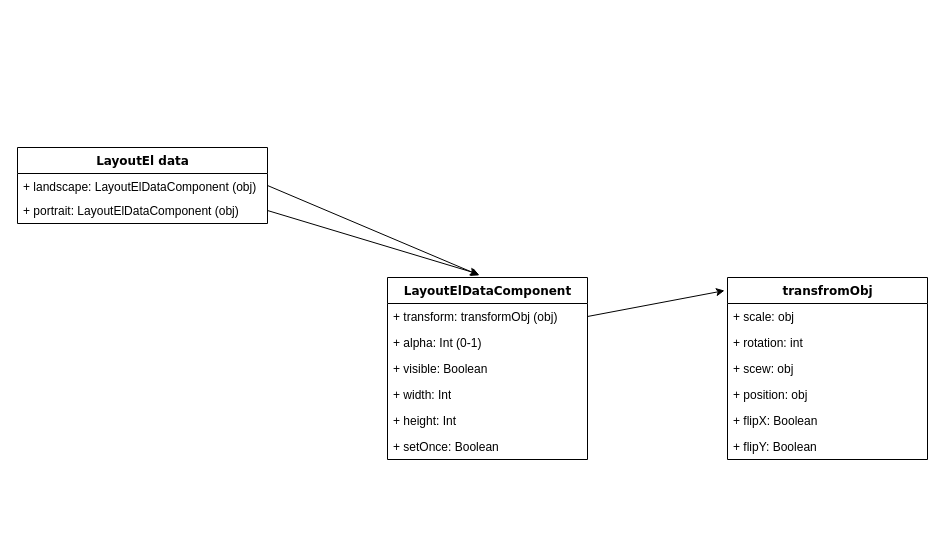
Before: Transform data save format.drawio in MatthewKarpenko/LayoutEditor-diagrams, a draw.io diagram. Source tidied: cells renumbered, new cells numbered last; positions are measured from the earlier drawing's top-left corner, leaving out a move shared by most shapes. Both pictures are drawn from the tidied source at 100%, with x=0, y=0 at pixel (17, 147).
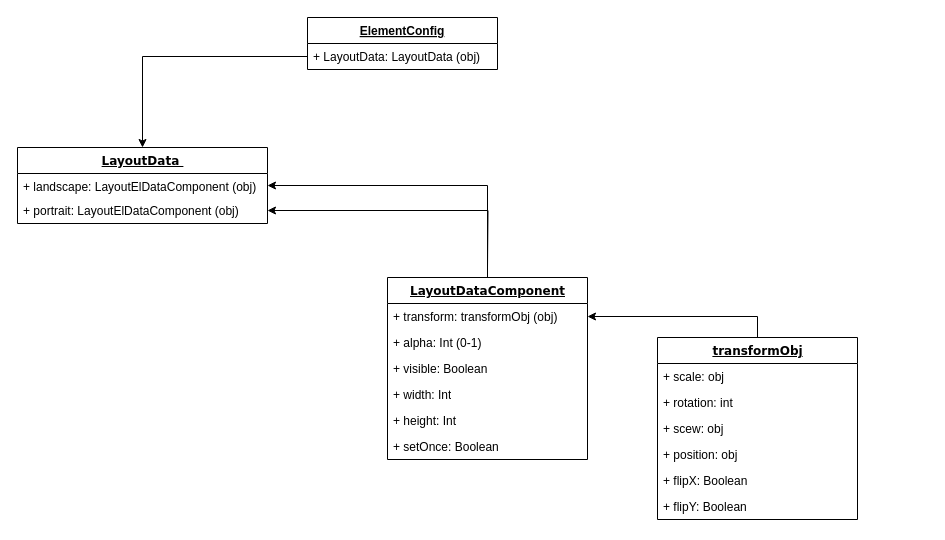
After the change.

Commit message:
tranform data save format notation corrections

Unchanged cells that the change refers to:
```xml
<mxCell id="3" value="+ landscape: LayoutElDataComponent (obj)" style="text;html=1;strokeColor=none;fillColor=none;align=left;verticalAlign=top;spacingLeft=4;spacingRight=4;whiteSpace=wrap;overflow=hidden;points=[[0,0.5],[1,0.5]];portConstraint=eastwest;" parent="2" vertex="1">
  <mxGeometry y="26" width="250" height="24" as="geometry" />
</mxCell>
<mxCell id="4" value="+ portrait: LayoutElDataComponent (obj)" style="text;html=1;strokeColor=none;fillColor=none;align=left;verticalAlign=top;spacingLeft=4;spacingRight=4;whiteSpace=wrap;overflow=hidden;points=[[0,0.5],[1,0.5]];portConstraint=eastwest;" parent="2" vertex="1">
  <mxGeometry y="50" width="250" height="26" as="geometry" />
</mxCell>
<mxCell id="6" value="+ transform: transformObj (obj)" style="text;html=1;strokeColor=none;fillColor=none;align=left;verticalAlign=top;spacingLeft=4;spacingRight=4;whiteSpace=wrap;overflow=hidden;points=[[0,0.5],[1,0.5]];portConstraint=eastwest;" parent="5" vertex="1">
  <mxGeometry y="26" width="200" height="26" as="geometry" />
</mxCell>
```

Change to the diagram source:
```diff
@@
-    <mxCell id="2" value="LayoutEl data" style="swimlane;html=1;fontStyle=1;align=center;verticalAlign=top;horizontal=1;startSize=26;swimlaneFillColor=#ffffff;rounded=0;shadow=0;comic=0;labelBackgroundColor=none;strokeWidth=1;fillColor=none;fontFamily=Verdana;fontSize=12;" parent="1" vertex="1">
+    <mxCell id="2" value="&lt;u&gt;LayoutData&amp;nbsp;&lt;/u&gt;" style="swimlane;html=1;fontStyle=1;align=center;verticalAlign=top;horizontal=1;startSize=26;swimlaneFillColor=#ffffff;rounded=0;shadow=0;comic=0;labelBackgroundColor=none;strokeWidth=1;fillColor=none;fontFamily=Verdana;fontSize=12;" parent="1" vertex="1">
       <mxGeometry width="250" height="76" as="geometry" />
     </mxCell>
@@
+    <mxCell id="22" style="edgeStyle=orthogonalEdgeStyle;rounded=0;jettySize=auto;html=1;exitX=0.5;exitY=0;exitDx=0;exitDy=0;entryX=1;entryY=0.5;entryDx=0;entryDy=0;" parent="1" edge="1" source="5" target="3">
+      <mxGeometry relative="1" as="geometry" />
+    </mxCell>
-    <mxCell id="5" value="LayoutElDataComponent" style="swimlane;html=1;fontStyle=1;align=center;verticalAlign=top;horizontal=1;startSize=26;swimlaneFillColor=#ffffff;rounded=0;shadow=0;comic=0;labelBackgroundColor=none;strokeWidth=1;fillColor=none;fontFamily=Verdana;fontSize=12;" parent="1" vertex="1">
+    <mxCell id="5" value="&lt;u&gt;LayoutDataComponent&lt;/u&gt;" style="swimlane;html=1;fontStyle=1;align=center;verticalAlign=top;horizontal=1;startSize=26;swimlaneFillColor=#ffffff;rounded=0;shadow=0;comic=0;labelBackgroundColor=none;strokeWidth=1;fillColor=none;fontFamily=Verdana;fontSize=12;" parent="1" vertex="1">
       <mxGeometry x="370" y="130" width="200" height="182" as="geometry" />
     </mxCell>
@@
-    <mxCell id="12" style="endArrow=classic;html=1;exitX=1;exitY=0.5;exitDx=0;exitDy=0;entryX=0.46;entryY=-0.012;entryDx=0;entryDy=0;entryPerimeter=0;" parent="1" edge="1" source="3" target="5">
-      <mxGeometry relative="1" as="geometry" />
-    </mxCell>
-    <mxCell id="13" style="endArrow=classic;html=1;exitX=1;exitY=0.5;exitDx=0;exitDy=0;entryX=0.455;entryY=-0.019;entryDx=0;entryDy=0;entryPerimeter=0;" parent="1" edge="1" source="4" target="5">
-      <mxGeometry relative="1" as="geometry" />
-    </mxCell>
+    <mxCell id="23" style="edgeStyle=orthogonalEdgeStyle;rounded=0;jettySize=auto;html=1;exitX=0.5;exitY=0;exitDx=0;exitDy=0;entryX=1;entryY=0.5;entryDx=0;entryDy=0;" parent="1" edge="1" source="14" target="6">
+      <mxGeometry relative="1" as="geometry" />
+    </mxCell>
-    <mxCell id="14" value="transfromObj" style="swimlane;html=1;fontStyle=1;align=center;verticalAlign=top;horizontal=1;startSize=26;swimlaneFillColor=#ffffff;rounded=0;shadow=0;comic=0;labelBackgroundColor=none;strokeWidth=1;fillColor=none;fontFamily=Verdana;fontSize=12;" parent="1" vertex="1">
-      <mxGeometry x="710" y="130" width="200" height="182" as="geometry" />
+    <mxCell id="14" value="&lt;u&gt;transformObj&lt;/u&gt;" style="swimlane;html=1;fontStyle=1;align=center;verticalAlign=top;horizontal=1;startSize=26;swimlaneFillColor=#ffffff;rounded=0;shadow=0;comic=0;labelBackgroundColor=none;strokeWidth=1;fillColor=none;fontFamily=Verdana;fontSize=12;" parent="1" vertex="1">
+      <mxGeometry x="640" y="190" width="200" height="182" as="geometry" />
     </mxCell>
@@
-    <mxCell id="21" style="endArrow=classic;html=1;exitX=1;exitY=0.5;exitDx=0;exitDy=0;entryX=-0.015;entryY=0.072;entryDx=0;entryDy=0;entryPerimeter=0;" parent="1" edge="1" source="6" target="14">
-      <mxGeometry relative="1" as="geometry" />
-    </mxCell>
+    <mxCell id="24" style="edgeStyle=orthogonalEdgeStyle;rounded=0;jettySize=auto;html=1;entryX=1;entryY=0.5;entryDx=0;entryDy=0;" parent="1" edge="1" target="4">
+      <mxGeometry relative="1" as="geometry">
+        <mxPoint x="470" y="120" as="sourcePoint" />
+      </mxGeometry>
+    </mxCell>
+    <mxCell id="25" value="ElementConfig" style="swimlane;fontStyle=5;horizontal=1;startSize=26;fillColor=none;" parent="1" vertex="1">
+      <mxGeometry x="290" y="-130" width="190" height="52" as="geometry" />
+    </mxCell>
+    <mxCell id="26" value="+ LayoutData: LayoutData (obj)" style="text;strokeColor=none;fillColor=none;align=left;verticalAlign=top;spacingLeft=4;spacingRight=4;overflow=hidden;points=[[0,0.5],[1,0.5]];portConstraint=eastwest;" parent="25" vertex="1">
+      <mxGeometry y="26" width="190" height="26" as="geometry" />
+    </mxCell>
+    <mxCell id="27" style="edgeStyle=orthogonalEdgeStyle;rounded=0;jettySize=auto;html=1;exitX=0;exitY=0.5;exitDx=0;exitDy=0;entryX=0.5;entryY=0;entryDx=0;entryDy=0;" parent="1" edge="1" source="26" target="2">
+      <mxGeometry relative="1" as="geometry" />
+    </mxCell>
```
